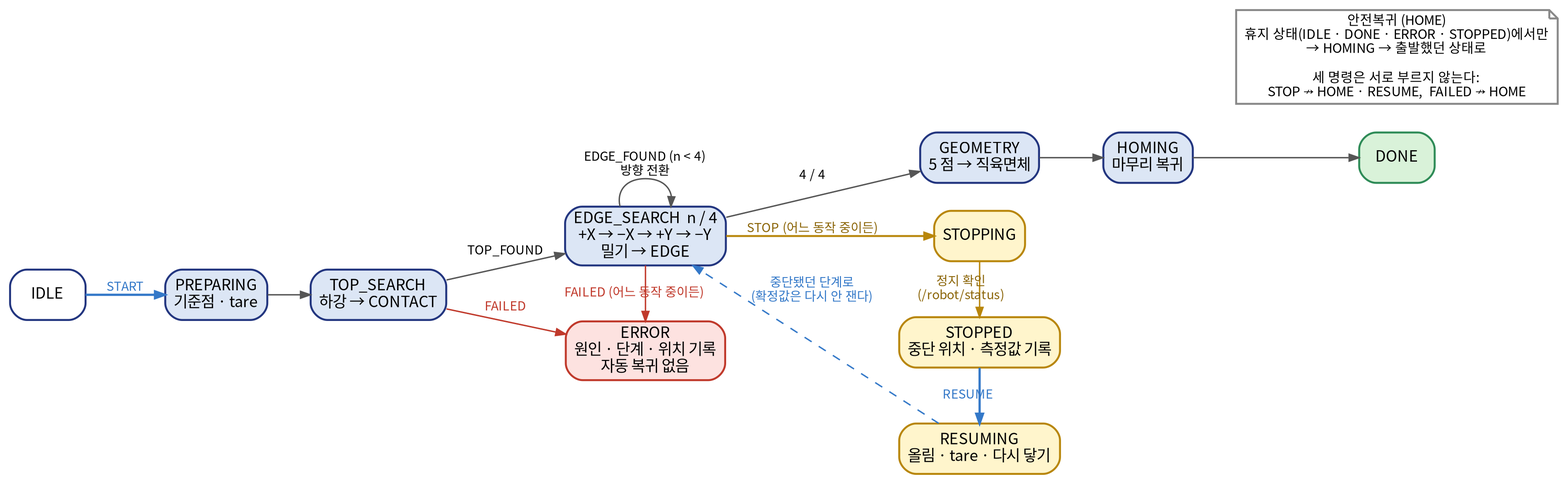
Before: docs/presentation/assets/byeonghu/scan-state-machine.png, a diagram exported from Graphviz (yujh5537/rokey_cobot1_Weld-Made). Its source is kept beside it as docs/presentation/assets/byeonghu/scan-state-machine.dot. The source it was exported from:
```dot
digraph sm {
  graph [rankdir=LR, fontname="Noto Sans CJK KR", fontsize=11, nodesep=0.28, ranksep=0.42, newrank=true, pad=0.1];
  node  [fontname="Noto Sans CJK KR", fontsize=11, shape=box, style="rounded,filled", fillcolor="#DCE6F5", color="#22357F", penwidth=1.4, margin="0.08,0.04"];
  edge  [fontname="Noto Sans CJK KR", fontsize=9, color="#555555", arrowsize=0.7];

  IDLE [fillcolor="#FFFFFF"];
  PREPARING [label="PREPARING\n기준점 · tare"];
  TOP [label="TOP_SEARCH\n하강 → CONTACT"];
  ESRCH [label="EDGE_SEARCH  n / 4\n+X → −X → +Y → −Y\n밀기 → EDGE"];
  GEOM [label="GEOMETRY\n5 점 → 직육면체"];
  HOMING [label="HOMING\n마무리 복귀"];
  DONE [fillcolor="#D9F2D9", color="#2E8B57"];

  STOPPING [fillcolor="#FFF5CC", color="#B8860B"];
  STOPPED [label="STOPPED\n중단 위치 · 측정값 기록", fillcolor="#FFF5CC", color="#B8860B"];
  RESUMING [label="RESUMING\n올림 · tare · 다시 닿기", fillcolor="#FFF5CC", color="#B8860B"];
  ERROR [label="ERROR\n원인 · 단계 · 위치 기록\n자동 복귀 없음", fillcolor="#FDE2E0", color="#C0392B"];

  IDLE -> PREPARING [label="START", color="#3378C8", fontcolor="#3378C8", penwidth=1.6];
  PREPARING -> TOP;
  TOP -> ESRCH [label="TOP_FOUND"];
  ESRCH -> ESRCH [label="EDGE_FOUND (n < 4)\n방향 전환"];
  ESRCH -> GEOM [label="4 / 4"];
  GEOM -> HOMING;
  HOMING -> DONE;

  ESRCH -> STOPPING [label="STOP (어느 동작 중이든)", color="#B8860B", fontcolor="#8B6508", penwidth=1.4];
  STOPPING -> STOPPED [label="정지 확인\n(/robot/status)", color="#B8860B", fontcolor="#8B6508"];
  STOPPED -> RESUMING [label="RESUME", color="#3378C8", fontcolor="#3378C8", penwidth=1.6];
  RESUMING -> ESRCH [label="중단됐던 단계로\n(확정값은 다시 안 잰다)", color="#3378C8", fontcolor="#3378C8", style=dashed];
  TOP -> ERROR [label="FAILED", color="#C0392B", fontcolor="#C0392B"];
  ESRCH -> ERROR [label="FAILED (어느 동작 중이든)", color="#C0392B", fontcolor="#C0392B"];

  HOMEBOX [shape=note, fillcolor="#FFFFFF", color="#888888", fontsize=9.5, label="안전복귀 (HOME)\n휴지 상태(IDLE · DONE · ERROR · STOPPED)에서만\n→ HOMING → 출발했던 상태로\n\n세 명령은 서로 부르지 않는다:\nSTOP ↛ HOME · RESUME,  FAILED ↛ HOME"];

  {rank=same; STOPPING; STOPPED; RESUMING;}
  {rank=same; ESRCH; ERROR;}
  {rank=same; DONE; HOMEBOX;}
}
```
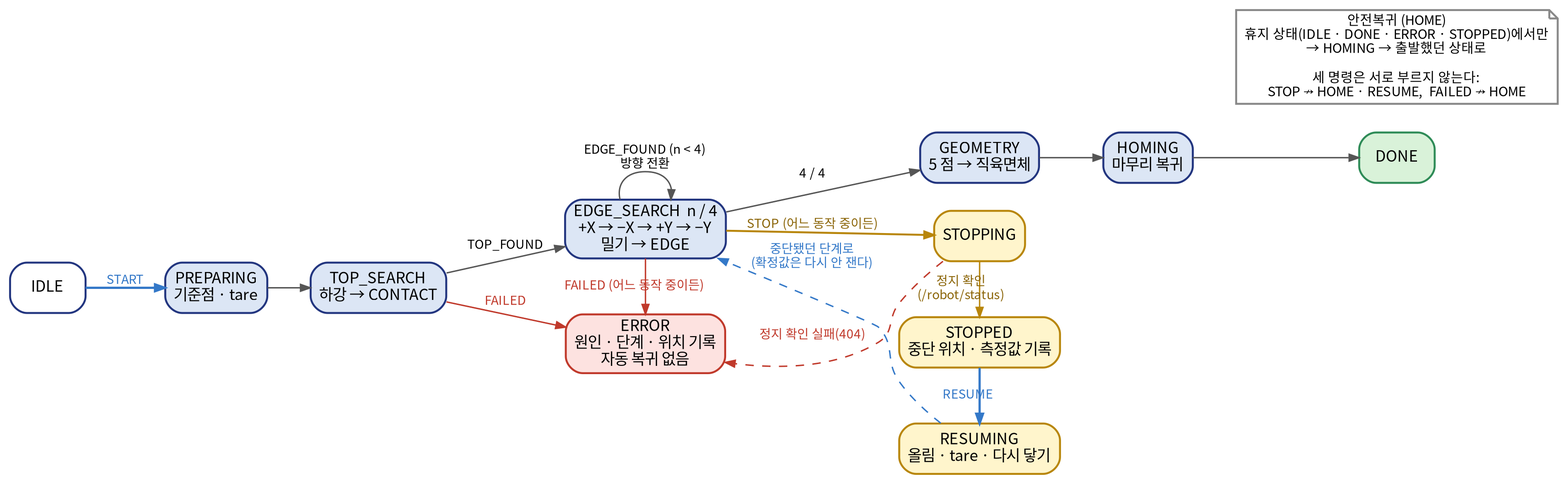
Later version of the same file.

The edit, as a diff of the source:
```diff
@@ -29,6 +29,7 @@
   STOPPED -> RESUMING [label="RESUME", color="#3378C8", fontcolor="#3378C8", penwidth=1.6];
   RESUMING -> ESRCH [label="중단됐던 단계로\n(확정값은 다시 안 잰다)", color="#3378C8", fontcolor="#3378C8", style=dashed];
   TOP -> ERROR [label="FAILED", color="#C0392B", fontcolor="#C0392B"];
+  STOPPING -> ERROR [label="정지 확인 실패(404)", color="#C0392B", fontcolor="#C0392B", style=dashed];
   ESRCH -> ERROR [label="FAILED (어느 동작 중이든)", color="#C0392B", fontcolor="#C0392B"];
 
   HOMEBOX [shape=note, fillcolor="#FFFFFF", color="#888888", fontsize=9.5, label="안전복귀 (HOME)\n휴지 상태(IDLE · DONE · ERROR · STOPPED)에서만\n→ HOMING → 출발했던 상태로\n\n세 명령은 서로 부르지 않는다:\nSTOP ↛ HOME · RESUME,  FAILED ↛ HOME"];
```
